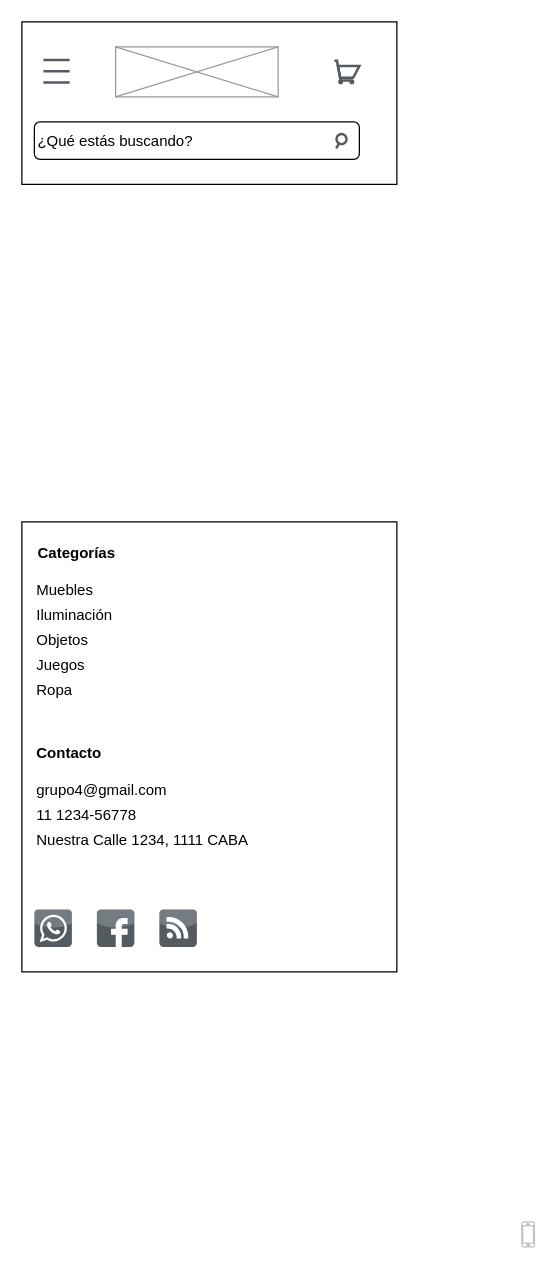
Above: wireframes/mobile/header-y-footer.drawio in CeciliaLafuente/JopoStore---Tienda-Vintage (draw.io), before the change. Source tidied: cells renumbered, new cells numbered last; positions are measured from the earlier drawing's top-left corner, leaving out a move shared by most shapes. Both pictures are drawn from the tidied source at 125%, with x=0, y=0 at pixel (21, 21).
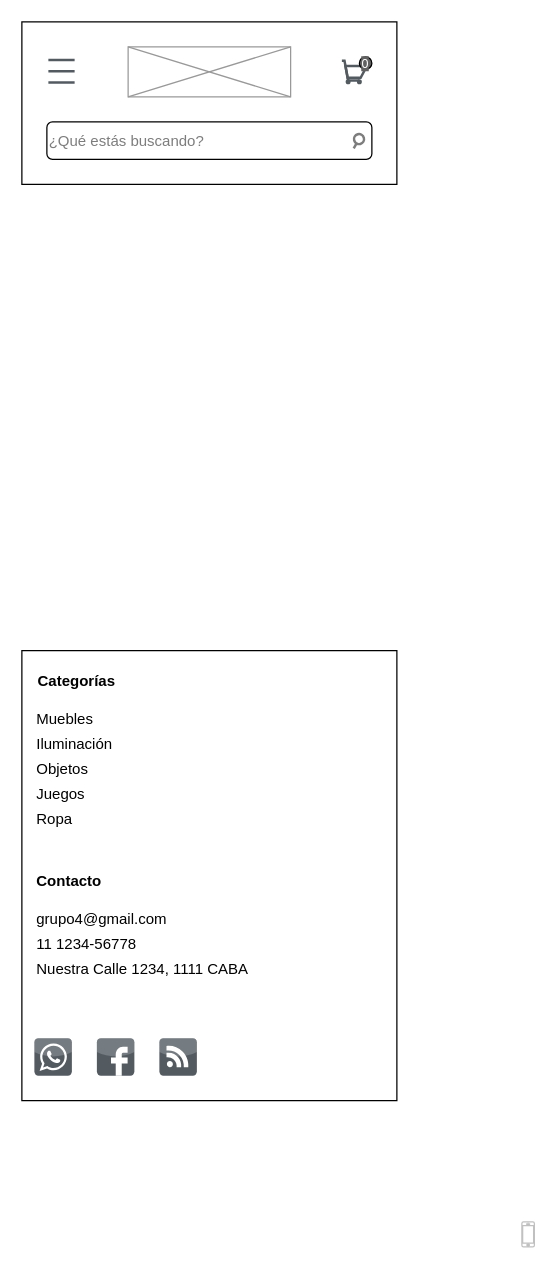
After the change.

Commit message (it also covers changes not shown here):
Creé wireframes login y resgistro, web y mobile

Diff of the diagram source:
```diff
@@
     <mxCell id="3" style="verticalLabelPosition=bottom;shadow=0;dashed=0;align=center;html=1;verticalAlign=top;strokeWidth=1;shape=mxgraph.mockup.graphics.simpleIcon;strokeColor=#999999;" parent="1" vertex="1">
-      <mxGeometry x="75" y="20" width="130" height="40" as="geometry" />
+      <mxGeometry x="85" y="20" width="130" height="40" as="geometry" />
     </mxCell>
     <mxCell id="4" style="rounded=1;whiteSpace=wrap;html=1;" parent="1" vertex="1">
-      <mxGeometry x="10" y="80" width="260" height="30" as="geometry" />
+      <mxGeometry x="20" y="80" width="260" height="30" as="geometry" />
     </mxCell>
-    <mxCell id="5" value="¿Qué estás buscando?" style="text;html=1;strokeColor=none;fillColor=none;align=center;verticalAlign=left;whiteSpace=wrap;rounded=0;fontFamily=Helvetica;" parent="1" vertex="1">
-      <mxGeometry x="10" y="75" width="130" height="28" as="geometry" />
+    <mxCell id="5" value="&lt;font color=&quot;#7d7d7d&quot;&gt;¿Qué estás buscando?&lt;/font&gt;" style="text;html=1;strokeColor=none;fillColor=none;align=center;verticalAlign=left;whiteSpace=wrap;rounded=0;fontFamily=Helvetica;" parent="1" vertex="1">
+      <mxGeometry x="19" y="75" width="130" height="28" as="geometry" />
     </mxCell>
     <mxCell id="6" style="html=1;verticalLabelPosition=bottom;align=center;labelBackgroundColor=#ffffff;verticalAlign=top;strokeWidth=2;strokeColor=#535b61;shadow=0;dashed=0;shape=mxgraph.ios7.icons.shopping_cart;fontFamily=Helvetica;" parent="1" vertex="1">
-      <mxGeometry x="250" y="31.1" width="20" height="17.8" as="geometry" />
+      <mxGeometry x="256" y="31.1" width="20" height="17.8" as="geometry" />
     </mxCell>
-    <mxCell id="7" style="html=1;verticalLabelPosition=bottom;align=center;labelBackgroundColor=#ffffff;verticalAlign=top;strokeWidth=2;strokeColor=#535b61;shadow=0;dashed=0;shape=mxgraph.ios7.icons.looking_glass;rotation=75;" parent="1" vertex="1">
-      <mxGeometry x="250" y="90" width="10" height="10" as="geometry" />
+    <mxCell id="7" style="html=1;verticalLabelPosition=bottom;align=center;labelBackgroundColor=#ffffff;verticalAlign=top;strokeWidth=2;strokeColor=#7d7d7d;shadow=0;dashed=0;shape=mxgraph.ios7.icons.looking_glass;rotation=75;" parent="1" vertex="1">
+      <mxGeometry x="264" y="90" width="10" height="10" as="geometry" />
     </mxCell>
@@
     <mxCell id="9" style="html=1;verticalLabelPosition=bottom;align=center;labelBackgroundColor=#ffffff;verticalAlign=top;strokeWidth=2;strokeColor=#535b61;shadow=0;dashed=0;shape=mxgraph.ios7.icons.most_viewed;" parent="1" vertex="1">
-      <mxGeometry x="10" y="28.1" width="28.2" height="22.8" as="geometry" />
+      <mxGeometry x="14" y="28.1" width="28.2" height="22.8" as="geometry" />
     </mxCell>
+    <mxCell id="24" style="group;" parent="1" vertex="1">
+      <mxGeometry y="503" width="300" height="360" as="geometry" />
+    </mxCell>
-    <mxCell id="10" style="rounded=0;whiteSpace=wrap;html=1;" parent="1" vertex="1">
-      <mxGeometry y="400" width="300" height="360" as="geometry" />
+    <mxCell id="10" style="rounded=0;whiteSpace=wrap;html=1;" parent="24" vertex="1">
+      <mxGeometry width="300" height="360" as="geometry" />
     </mxCell>
-    <mxCell id="11" style="dashed=0;html=1;align=center;labelPosition=center;verticalLabelPosition=bottom;verticalAlign=top;shape=mxgraph.webicons.whatsapp;fillColor=#535b61;" parent="1" vertex="1">
-      <mxGeometry x="10" y="710" width="30" height="30" as="geometry" />
+    <mxCell id="11" style="dashed=0;html=1;align=center;labelPosition=center;verticalLabelPosition=bottom;verticalAlign=top;shape=mxgraph.webicons.whatsapp;fillColor=#535b61;" parent="24" vertex="1">
+      <mxGeometry x="10" y="310" width="30" height="30" as="geometry" />
     </mxCell>
-    <mxCell id="12" style="dashed=0;html=1;align=center;labelPosition=center;verticalLabelPosition=bottom;verticalAlign=top;shape=mxgraph.webicons.feed;fillColor=#535b61;" parent="1" vertex="1">
-      <mxGeometry x="110" y="710" width="30" height="30" as="geometry" />
+    <mxCell id="12" style="dashed=0;html=1;align=center;labelPosition=center;verticalLabelPosition=bottom;verticalAlign=top;shape=mxgraph.webicons.feed;fillColor=#535b61;" parent="24" vertex="1">
+      <mxGeometry x="110" y="310" width="30" height="30" as="geometry" />
     </mxCell>
-    <mxCell id="13" style="dashed=0;html=1;align=center;labelPosition=center;verticalLabelPosition=bottom;verticalAlign=top;shape=mxgraph.webicons.facebook;fillColor=#535b61;" parent="1" vertex="1">
-      <mxGeometry x="60" y="710" width="30" height="30" as="geometry" />
+    <mxCell id="13" style="dashed=0;html=1;align=center;labelPosition=center;verticalLabelPosition=bottom;verticalAlign=top;shape=mxgraph.webicons.facebook;fillColor=#535b61;" parent="24" vertex="1">
+      <mxGeometry x="60" y="310" width="30" height="30" as="geometry" />
     </mxCell>
-    <mxCell id="14" value="Juegos" style="text;html=1;strokeColor=none;fillColor=none;align=left;verticalAlign=middle;whiteSpace=wrap;rounded=0;" parent="1" vertex="1">
-      <mxGeometry x="10" y="510" width="130" height="10" as="geometry" />
+    <mxCell id="14" value="Juegos" style="text;html=1;strokeColor=none;fillColor=none;align=left;verticalAlign=middle;whiteSpace=wrap;rounded=0;" parent="24" vertex="1">
+      <mxGeometry x="10" y="110" width="130" height="10" as="geometry" />
     </mxCell>
-    <mxCell id="15" value="Iluminación" style="text;html=1;strokeColor=none;fillColor=none;align=left;verticalAlign=middle;whiteSpace=wrap;rounded=0;" parent="1" vertex="1">
-      <mxGeometry x="10" y="470" width="130" height="10" as="geometry" />
+    <mxCell id="15" value="Iluminación" style="text;html=1;strokeColor=none;fillColor=none;align=left;verticalAlign=middle;whiteSpace=wrap;rounded=0;" parent="24" vertex="1">
+      <mxGeometry x="10" y="70" width="130" height="10" as="geometry" />
     </mxCell>
-    <mxCell id="16" value="Objetos" style="text;html=1;strokeColor=none;fillColor=none;align=left;verticalAlign=middle;whiteSpace=wrap;rounded=0;" parent="1" vertex="1">
-      <mxGeometry x="10" y="490" width="130" height="10" as="geometry" />
+    <mxCell id="16" value="Objetos" style="text;html=1;strokeColor=none;fillColor=none;align=left;verticalAlign=middle;whiteSpace=wrap;rounded=0;" parent="24" vertex="1">
+      <mxGeometry x="10" y="90" width="130" height="10" as="geometry" />
     </mxCell>
-    <mxCell id="17" value="Ropa" style="text;html=1;strokeColor=none;fillColor=none;align=left;verticalAlign=middle;whiteSpace=wrap;rounded=0;" parent="1" vertex="1">
-      <mxGeometry x="10" y="530" width="130" height="10" as="geometry" />
+    <mxCell id="17" value="Ropa" style="text;html=1;strokeColor=none;fillColor=none;align=left;verticalAlign=middle;whiteSpace=wrap;rounded=0;" parent="24" vertex="1">
+      <mxGeometry x="10" y="130" width="130" height="10" as="geometry" />
     </mxCell>
-    <mxCell id="18" value="&lt;b&gt;Contacto&lt;/b&gt;" style="text;html=1;strokeColor=none;fillColor=none;align=left;verticalAlign=middle;whiteSpace=wrap;rounded=0;" parent="1" vertex="1">
-      <mxGeometry x="10" y="570" width="120" height="30" as="geometry" />
+    <mxCell id="18" value="&lt;b&gt;Contacto&lt;/b&gt;" style="text;html=1;strokeColor=none;fillColor=none;align=left;verticalAlign=middle;whiteSpace=wrap;rounded=0;" parent="24" vertex="1">
+      <mxGeometry x="10" y="170" width="120" height="30" as="geometry" />
     </mxCell>
-    <mxCell id="19" value="Nuestra Calle 1234, 1111 CABA" style="text;html=1;strokeColor=none;fillColor=none;align=left;verticalAlign=middle;whiteSpace=wrap;rounded=0;" parent="1" vertex="1">
-      <mxGeometry x="10" y="650" width="199" height="10" as="geometry" />
+    <mxCell id="19" value="Nuestra Calle 1234, 1111 CABA" style="text;html=1;strokeColor=none;fillColor=none;align=left;verticalAlign=middle;whiteSpace=wrap;rounded=0;" parent="24" vertex="1">
+      <mxGeometry x="10" y="250" width="199" height="10" as="geometry" />
     </mxCell>
-    <mxCell id="20" value="grupo4@gmail.com" style="text;html=1;strokeColor=none;fillColor=none;align=left;verticalAlign=middle;whiteSpace=wrap;rounded=0;" parent="1" vertex="1">
-      <mxGeometry x="10" y="610" width="130" height="10" as="geometry" />
+    <mxCell id="20" value="grupo4@gmail.com" style="text;html=1;strokeColor=none;fillColor=none;align=left;verticalAlign=middle;whiteSpace=wrap;rounded=0;" parent="24" vertex="1">
+      <mxGeometry x="10" y="210" width="130" height="10" as="geometry" />
     </mxCell>
-    <mxCell id="21" value="11 1234-56778" style="text;html=1;strokeColor=none;fillColor=none;align=left;verticalAlign=middle;whiteSpace=wrap;rounded=0;" parent="1" vertex="1">
-      <mxGeometry x="10" y="630" width="130" height="10" as="geometry" />
+    <mxCell id="21" value="11 1234-56778" style="text;html=1;strokeColor=none;fillColor=none;align=left;verticalAlign=middle;whiteSpace=wrap;rounded=0;" parent="24" vertex="1">
+      <mxGeometry x="10" y="230" width="130" height="10" as="geometry" />
     </mxCell>
-    <mxCell id="22" value="&lt;b&gt;Categorías&lt;/b&gt;" style="text;html=1;strokeColor=none;fillColor=none;align=left;verticalAlign=middle;whiteSpace=wrap;rounded=0;" parent="1" vertex="1">
-      <mxGeometry x="11" y="410" width="120" height="30" as="geometry" />
+    <mxCell id="22" value="&lt;b&gt;Categorías&lt;/b&gt;" style="text;html=1;strokeColor=none;fillColor=none;align=left;verticalAlign=middle;whiteSpace=wrap;rounded=0;" parent="24" vertex="1">
+      <mxGeometry x="11" y="10" width="120" height="30" as="geometry" />
     </mxCell>
-    <mxCell id="23" value="Muebles" style="text;html=1;strokeColor=none;fillColor=none;align=left;verticalAlign=middle;whiteSpace=wrap;rounded=0;" parent="1" vertex="1">
-      <mxGeometry x="10" y="450" width="130" height="10" as="geometry" />
+    <mxCell id="23" value="Muebles" style="text;html=1;strokeColor=none;fillColor=none;align=left;verticalAlign=middle;whiteSpace=wrap;rounded=0;" parent="24" vertex="1">
+      <mxGeometry x="10" y="50" width="130" height="10" as="geometry" />
     </mxCell>
+    <mxCell id="25" value="0" style="ellipse;whiteSpace=wrap;html=1;labelBackgroundColor=#616161;fontSize=10;fontColor=#FFFFFF;fillColor=#616161;align=center;" parent="1" vertex="1">
+      <mxGeometry x="270" y="28" width="10" height="10" as="geometry" />
+    </mxCell>
```
